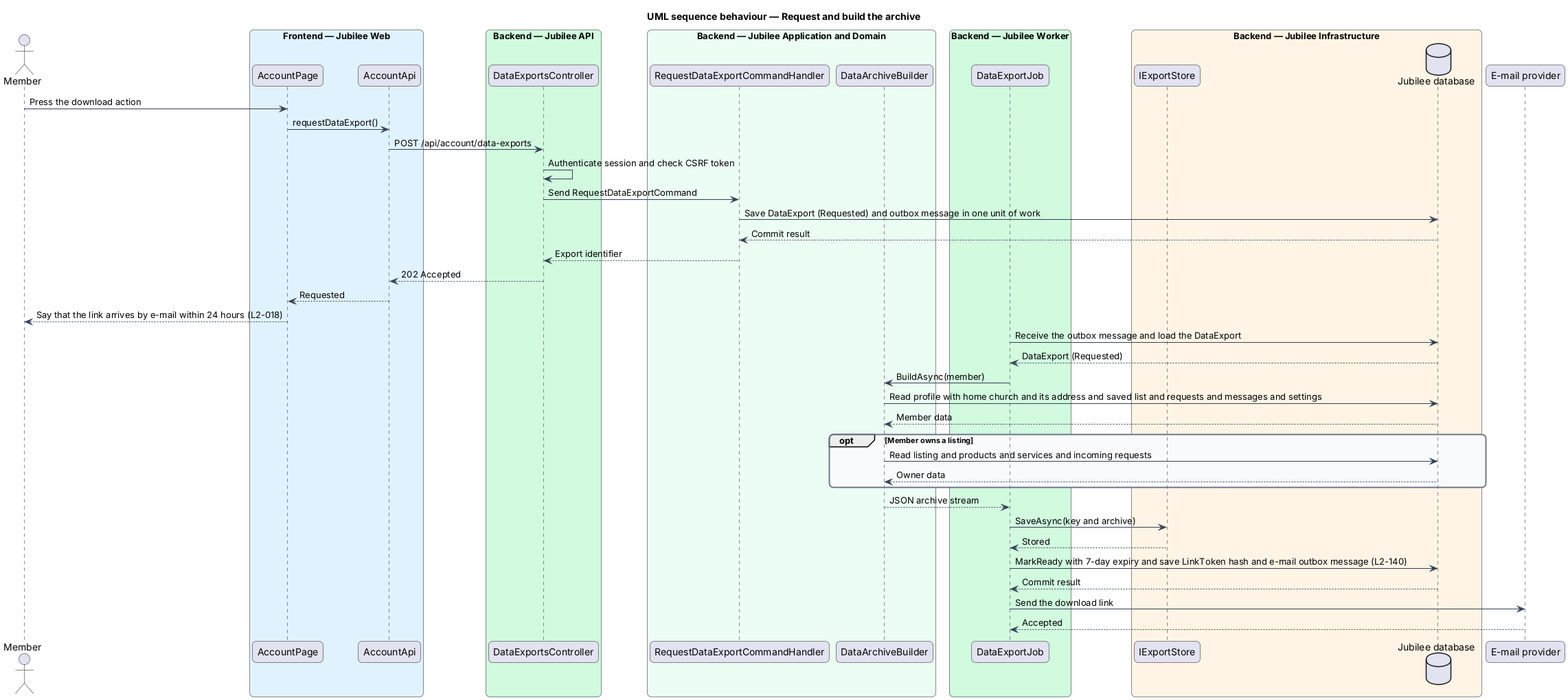
The PlantUML diagram docs/detailed-designs/accounts/download-data/diagrams/sequence-request-archive.png in QuinntyneBrown/jubilee, before a commit. Source of this version:
```plantuml
@startuml
title UML sequence behaviour — Request and build the archive
skinparam backgroundColor #FFFFFF
skinparam shadowing false
skinparam roundcorner 12
skinparam defaultFontName Arial
skinparam ArrowColor #344054
skinparam rectangle {
  BorderColor #344054
  FontColor #101828
}
skinparam package {
  BorderColor #667085
  FontColor #101828
  BackgroundColor #F9FAFB
}


actor "Member" as actor
box "Frontend — Jubilee Web" #E0F2FE
  participant "AccountPage" as page
  participant "AccountApi" as client
end box
box "Backend — Jubilee API" #D1FADF
  participant "DataExportsController" as controller
end box
box "Backend — Jubilee Application and Domain" #ECFDF3
  participant "RequestDataExportCommandHandler" as handler
  participant "DataArchiveBuilder" as builder
end box
box "Backend — Jubilee Worker" #D1FADF
  participant "DataExportJob" as job
end box
box "Backend — Jubilee Infrastructure" #FFF4E5
  participant "IExportStore" as store
  database "Jubilee database" as db
end box
participant "E-mail provider" as email
actor -> page : Press the download action
page -> client : requestDataExport()
client -> controller : POST /api/account/data-exports
controller -> controller : Authenticate session and check CSRF token
controller -> handler : Send RequestDataExportCommand
handler -> db : Save DataExport (Requested) and outbox message in one unit of work
db --> handler : Commit result
handler --> controller : Export identifier
controller --> client : 202 Accepted
client --> page : Requested
page --> actor : Say that the link arrives by e-mail within 24 hours (L2-018)
job -> db : Receive the outbox message and load the DataExport
db --> job : DataExport (Requested)
job -> builder : BuildAsync(member)
builder -> db : Read profile with home church and its address and saved list and requests and messages and settings
db --> builder : Member data
opt Member owns a listing
  builder -> db : Read listing and products and services and incoming requests
  db --> builder : Owner data
end
builder --> job : JSON archive stream
job -> store : SaveAsync(key and archive)
store --> job : Stored
job -> db : MarkReady with 7-day expiry and save LinkToken hash and e-mail outbox message (L2-140)
db --> job : Commit result
job -> email : Send the download link
email --> job : Accepted
@enduml
```
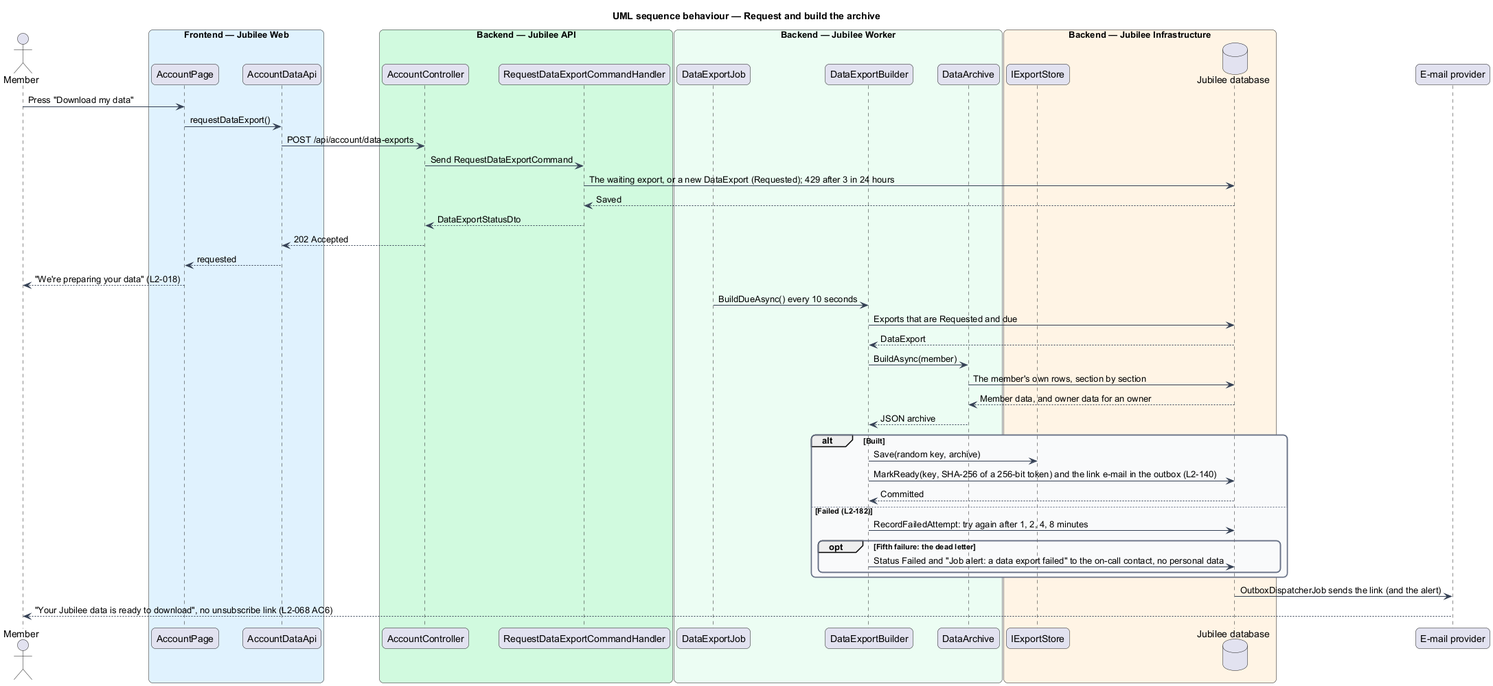
After the change.

What changed in the source:
```diff
@@ -15,52 +15,52 @@
   BackgroundColor #F9FAFB
 }
 
-
 actor "Member" as actor
 box "Frontend — Jubilee Web" #E0F2FE
   participant "AccountPage" as page
-  participant "AccountApi" as client
+  participant "AccountDataApi" as client
 end box
 box "Backend — Jubilee API" #D1FADF
-  participant "DataExportsController" as controller
+  participant "AccountController" as controller
+  participant "RequestDataExportCommandHandler" as handler
 end box
-box "Backend — Jubilee Application and Domain" #ECFDF3
-  participant "RequestDataExportCommandHandler" as handler
-  participant "DataArchiveBuilder" as builder
-end box
-box "Backend — Jubilee Worker" #D1FADF
+box "Backend — Jubilee Worker" #ECFDF3
   participant "DataExportJob" as job
+  participant "DataExportBuilder" as builder
+  participant "DataArchive" as archive
 end box
 box "Backend — Jubilee Infrastructure" #FFF4E5
   participant "IExportStore" as store
   database "Jubilee database" as db
 end box
 participant "E-mail provider" as email
-actor -> page : Press the download action
+actor -> page : Press "Download my data"
 page -> client : requestDataExport()
 client -> controller : POST /api/account/data-exports
-controller -> controller : Authenticate session and check CSRF token
 controller -> handler : Send RequestDataExportCommand
-handler -> db : Save DataExport (Requested) and outbox message in one unit of work
-db --> handler : Commit result
-handler --> controller : Export identifier
+handler -> db : The waiting export, or a new DataExport (Requested); 429 after 3 in 24 hours
+db --> handler : Saved
+handler --> controller : DataExportStatusDto
 controller --> client : 202 Accepted
-client --> page : Requested
-page --> actor : Say that the link arrives by e-mail within 24 hours (L2-018)
-job -> db : Receive the outbox message and load the DataExport
-db --> job : DataExport (Requested)
-job -> builder : BuildAsync(member)
-builder -> db : Read profile with home church and its address and saved list and requests and messages and settings
-db --> builder : Member data
-opt Member owns a listing
-  builder -> db : Read listing and products and services and incoming requests
-  db --> builder : Owner data
+client --> page : requested
+page --> actor : "We're preparing your data" (L2-018)
+job -> builder : BuildDueAsync() every 10 seconds
+builder -> db : Exports that are Requested and due
+db --> builder : DataExport
+builder -> archive : BuildAsync(member)
+archive -> db : The member's own rows, section by section
+db --> archive : Member data, and owner data for an owner
+archive --> builder : JSON archive
+alt Built
+  builder -> store : Save(random key, archive)
+  builder -> db : MarkReady(key, SHA-256 of a 256-bit token) and the link e-mail in the outbox (L2-140)
+  db --> builder : Committed
+else Failed (L2-182)
+  builder -> db : RecordFailedAttempt: try again after 1, 2, 4, 8 minutes
+  opt Fifth failure: the dead letter
+    builder -> db : Status Failed and "Job alert: a data export failed" to the on-call contact, no personal data
+  end
 end
-builder --> job : JSON archive stream
-job -> store : SaveAsync(key and archive)
-store --> job : Stored
-job -> db : MarkReady with 7-day expiry and save LinkToken hash and e-mail outbox message (L2-140)
-db --> job : Commit result
-job -> email : Send the download link
-email --> job : Accepted
+db -> email : OutboxDispatcherJob sends the link (and the alert)
+email --> actor : "Your Jubilee data is ready to download", no unsubscribe link (L2-068 AC6)
 @enduml
```
